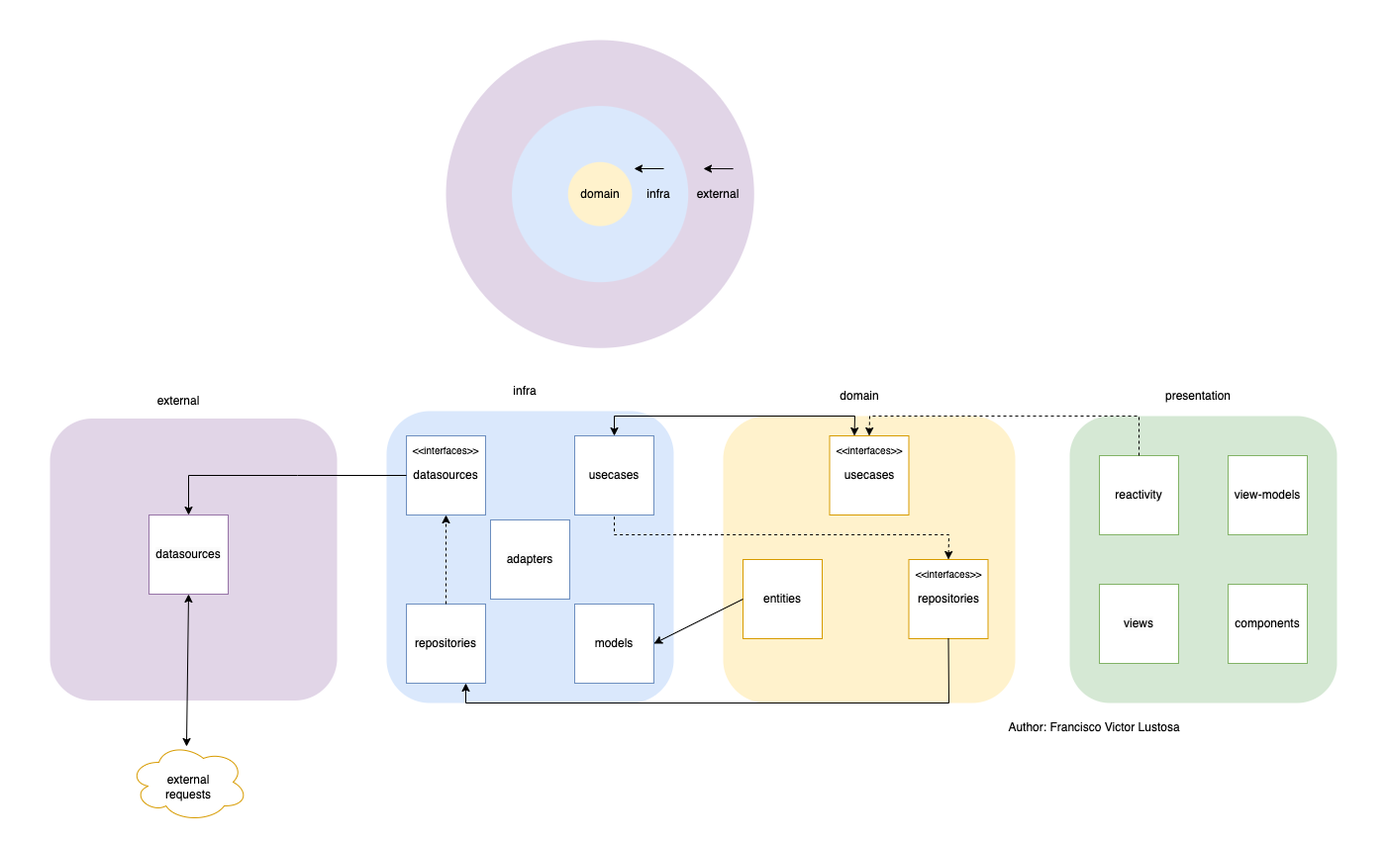
Before: docs/frontend-ipb.png, a diagram exported from draw.io (victor-lustosa/ipbc-palmas-flutter). Source tidied: cells renumbered, new cells last; positions are measured from the earlier drawing's top-left corner, leaving out a move shared by most shapes.
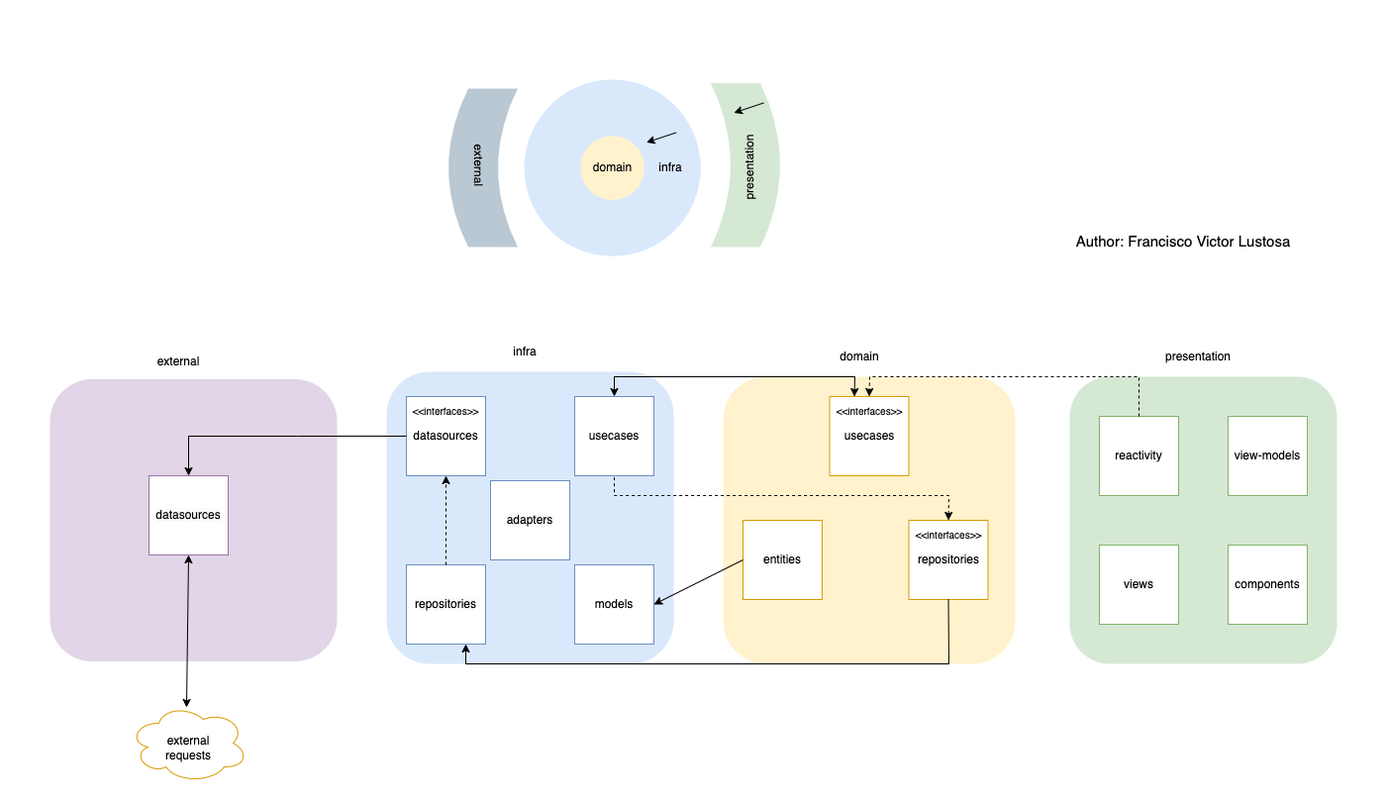
After the change.

Commit message:
atualizando documentacao arquitetura do projeto

Diff of the diagram source:
```diff
@@ -3,13 +3,10 @@
     <mxCell id="0" />
     <mxCell id="1" parent="0" />
     <mxCell id="2" style="rounded=0;whiteSpace=wrap;html=1;strokeColor=none;" parent="1" vertex="1">
-      <mxGeometry width="1400" height="850" as="geometry" />
+      <mxGeometry y="40" width="1400" height="810" as="geometry" />
     </mxCell>
-    <mxCell id="3" style="ellipse;whiteSpace=wrap;html=1;strokeColor=none;direction=south;fillColor=#e1d5e7;" parent="1" vertex="1">
-      <mxGeometry x="450" y="40" width="311.2" height="311.2" as="geometry" />
-    </mxCell>
     <mxCell id="4" style="ellipse;whiteSpace=wrap;html=1;strokeColor=none;direction=south;fillColor=#dae8fc;" parent="1" vertex="1">
-      <mxGeometry x="516.6" y="106.6" width="178.1" height="178.1" as="geometry" />
+      <mxGeometry x="529.1" y="120" width="178.1" height="178.1" as="geometry" />
     </mxCell>
     <mxCell id="5" style="rounded=1;whiteSpace=wrap;html=1;fillColor=#fff2cc;strokeColor=none;" parent="1" vertex="1">
       <mxGeometry x="730" y="420" width="295" height="290" as="geometry" />
@@ -141,30 +138,37 @@
         </Array>
       </mxGeometry>
     </mxCell>
-    <mxCell id="40" style="ellipse;whiteSpace=wrap;html=1;strokeColor=none;fillColor=#fff2cc;" parent="1" vertex="1">
-      <mxGeometry x="573.3" y="163.3" width="64.7" height="64.7" as="geometry" />
+    <mxCell id="40" value="domain" style="ellipse;whiteSpace=wrap;html=1;strokeColor=none;fillColor=#fff2cc;" parent="1" vertex="1">
+      <mxGeometry x="585.8" y="176.7" width="64.7" height="64.7" as="geometry" />
     </mxCell>
-    <mxCell id="41" value="domain" style="text;html=1;strokeColor=none;fillColor=none;align=center;verticalAlign=middle;whiteSpace=wrap;rounded=0;" parent="1" vertex="1">
-      <mxGeometry x="575.6" y="180.6" width="60" height="30" as="geometry" />
-    </mxCell>
     <mxCell id="42" value="infra" style="text;html=1;strokeColor=none;fillColor=none;align=center;verticalAlign=middle;whiteSpace=wrap;rounded=0;" parent="1" vertex="1">
-      <mxGeometry x="634.7" y="180.6" width="60" height="30" as="geometry" />
+      <mxGeometry x="647.2" y="194.1" width="60" height="30" as="geometry" />
     </mxCell>
+    <mxCell id="45" style="endArrow=classic;html=1;rounded=0;startArrow=none;startFill=0;endFill=1;entryX=0.356;entryY=0.307;entryDx=0;entryDy=0;entryPerimeter=0;" parent="1" edge="1" target="4">
+      <mxGeometry relative="1" as="geometry">
+        <mxPoint x="682.5" y="173.4" as="sourcePoint" />
+      </mxGeometry>
+    </mxCell>
+    <mxCell id="46" value="&lt;font style=&quot;font-size: 15px;&quot;&gt;Author: Francisco Victor Lustosa&lt;/font&gt;" style="text;html=1;strokeColor=none;fillColor=none;align=center;verticalAlign=middle;whiteSpace=wrap;rounded=0;" parent="1" vertex="1">
+      <mxGeometry x="1060" y="268.1" width="270" height="30" as="geometry" />
+    </mxCell>
+    <mxCell id="47" style="shape=dataStorage;whiteSpace=wrap;html=1;fixedSize=1;strokeColor=none;fillColor=#bac8d3;rotation=0;" parent="1" vertex="1">
+      <mxGeometry x="452.5" y="129.1" width="70" height="160" as="geometry" />
+    </mxCell>
+    <mxCell id="48" style="shape=dataStorage;whiteSpace=wrap;html=1;fixedSize=1;strokeColor=none;fillColor=#D5E8D4;rotation=-180;" parent="1" vertex="1">
+      <mxGeometry x="717.5" y="123.4" width="70" height="165.6" as="geometry" />
+    </mxCell>
+    <mxCell id="49" value="presentation" style="text;html=1;strokeColor=none;fillColor=none;align=center;verticalAlign=middle;whiteSpace=wrap;rounded=0;rotation=-90;" parent="1" vertex="1">
+      <mxGeometry x="727.5" y="194.1" width="60" height="30" as="geometry" />
+    </mxCell>
-    <mxCell id="43" value="external" style="text;html=1;strokeColor=none;fillColor=none;align=center;verticalAlign=middle;whiteSpace=wrap;rounded=0;" parent="1" vertex="1">
-      <mxGeometry x="694.7" y="180.6" width="60" height="30" as="geometry" />
+    <mxCell id="43" value="external" style="text;html=1;strokeColor=none;fillColor=none;align=center;verticalAlign=middle;whiteSpace=wrap;rounded=0;rotation=90;" parent="1" vertex="1">
+      <mxGeometry x="452.5" y="191.3" width="60" height="30" as="geometry" />
     </mxCell>
-    <mxCell id="44" style="endArrow=classic;html=1;rounded=0;startArrow=none;startFill=0;endFill=1;exitX=0.418;exitY=0.068;exitDx=0;exitDy=0;exitPerimeter=0;" parent="1" edge="1" source="3">
+    <mxCell id="44" style="endArrow=classic;html=1;rounded=0;startArrow=none;startFill=0;endFill=1;" parent="1" edge="1">
       <mxGeometry relative="1" as="geometry">
-        <mxPoint x="710" y="170" as="targetPoint" />
+        <mxPoint x="770.9" y="143.4" as="sourcePoint" />
+        <mxPoint x="740.9" y="153.4" as="targetPoint" />
       </mxGeometry>
     </mxCell>
-    <mxCell id="45" style="endArrow=classic;html=1;rounded=0;startArrow=none;startFill=0;endFill=1;entryX=0.356;entryY=0.307;entryDx=0;entryDy=0;entryPerimeter=0;" parent="1" edge="1" target="4">
-      <mxGeometry relative="1" as="geometry">
-        <mxPoint x="670" y="170" as="sourcePoint" />
-      </mxGeometry>
-    </mxCell>
-    <mxCell id="46" value="Author: Francisco Victor Lustosa" style="text;html=1;strokeColor=none;fillColor=none;align=center;verticalAlign=middle;whiteSpace=wrap;rounded=0;" parent="1" vertex="1">
-      <mxGeometry x="970" y="720" width="270" height="30" as="geometry" />
-    </mxCell>
   </root>
 </mxGraphModel>
```
